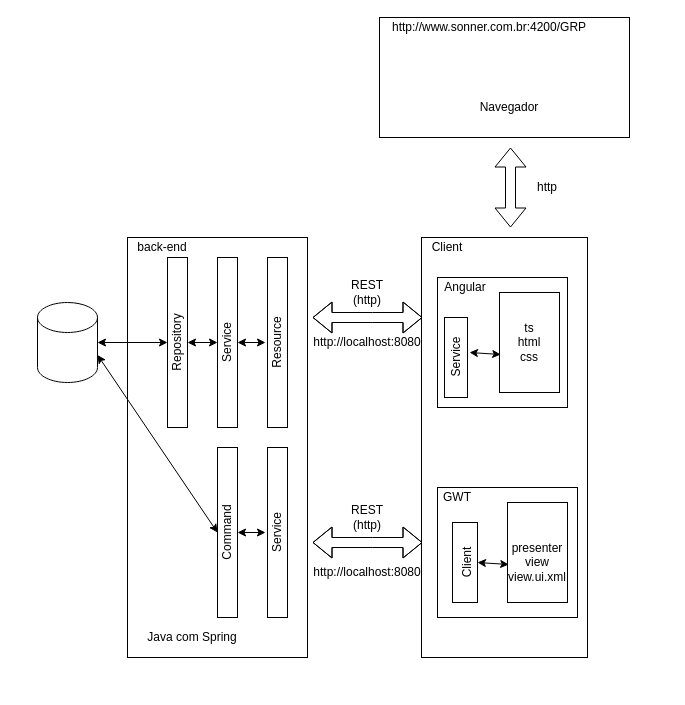
eliseurm/diagramas keeps this draw.io diagram as diagrama_GRP-sonner.drawio. Above is the earlier version. Source tidied: cells renumbered, new cells numbered last; positions are measured from the earlier drawing's top-left corner, leaving out a move shared by most shapes. Both pictures are drawn from the tidied source at 100%, with x=0, y=0 at pixel (37, 17).
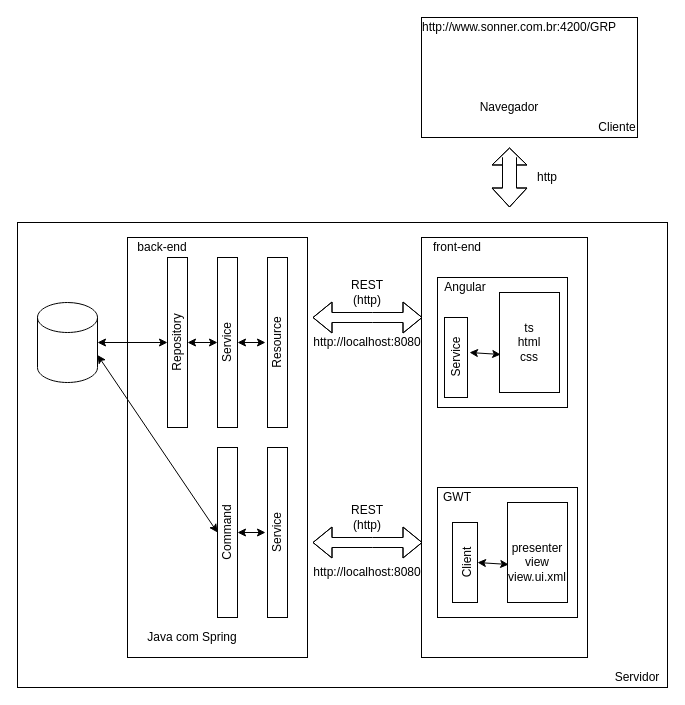
The same page after the edit.

Change to the diagram source:
```diff
@@
+    <mxCell id="48" style="rounded=0;whiteSpace=wrap;html=1;" parent="1" vertex="1">
+      <mxGeometry x="-20" y="205" width="650" height="465" as="geometry" />
+    </mxCell>
@@
-    <mxCell id="35" value="Client" style="text;html=1;strokeColor=none;fillColor=none;align=center;verticalAlign=middle;whiteSpace=wrap;rounded=0;" parent="1" vertex="1">
-      <mxGeometry x="390" y="220" width="40" height="20" as="geometry" />
+    <mxCell id="35" value="front-end" style="text;html=1;strokeColor=none;fillColor=none;align=center;verticalAlign=middle;whiteSpace=wrap;rounded=0;" parent="1" vertex="1">
+      <mxGeometry x="390" y="220" width="60" height="20" as="geometry" />
     </mxCell>
     <mxCell id="36" style="rounded=0;whiteSpace=wrap;html=1;" parent="1" vertex="1">
-      <mxGeometry x="342" width="250" height="120" as="geometry" />
+      <mxGeometry x="384" width="216" height="120" as="geometry" />
     </mxCell>
     <mxCell id="37" value="http://www.sonner.com.br:4200/GRP" style="text;html=1;strokeColor=none;fillColor=none;align=center;verticalAlign=middle;whiteSpace=wrap;rounded=0;" parent="1" vertex="1">
-      <mxGeometry x="432" width="40" height="20" as="geometry" />
+      <mxGeometry x="462" width="40" height="20" as="geometry" />
     </mxCell>
@@
-    <mxCell id="39" style="shape=flexArrow;endArrow=classic;startArrow=classic;html=1;" parent="1" edge="1">
+    <mxCell id="39" style="shape=flexArrow;endArrow=classic;startArrow=classic;html=1;width=14;endSize=5.33;" parent="1" edge="1">
       <mxGeometry relative="1" as="geometry">
-        <mxPoint x="473" y="210" as="sourcePoint" />
-        <mxPoint x="473" y="130" as="targetPoint" />
+        <mxPoint x="472" y="190" as="sourcePoint" />
+        <mxPoint x="472" y="130" as="targetPoint" />
+        <Array as="points">
+          <mxPoint x="472" y="140" />
+        </Array>
       </mxGeometry>
     </mxCell>
     <mxCell id="40" value="http" style="text;html=1;strokeColor=none;fillColor=none;align=center;verticalAlign=middle;whiteSpace=wrap;rounded=0;" parent="1" vertex="1">
-      <mxGeometry x="490" y="160" width="40" height="20" as="geometry" />
+      <mxGeometry x="490" y="150" width="40" height="20" as="geometry" />
     </mxCell>
@@
+    <mxCell id="49" value="Cliente" style="text;html=1;strokeColor=none;fillColor=none;align=center;verticalAlign=middle;whiteSpace=wrap;rounded=0;" parent="1" vertex="1">
+      <mxGeometry x="560" y="100" width="40" height="20" as="geometry" />
+    </mxCell>
+    <mxCell id="50" value="Servidor" style="text;html=1;strokeColor=none;fillColor=none;align=center;verticalAlign=middle;whiteSpace=wrap;rounded=0;" parent="1" vertex="1">
+      <mxGeometry x="580" y="650" width="40" height="20" as="geometry" />
+    </mxCell>
```
